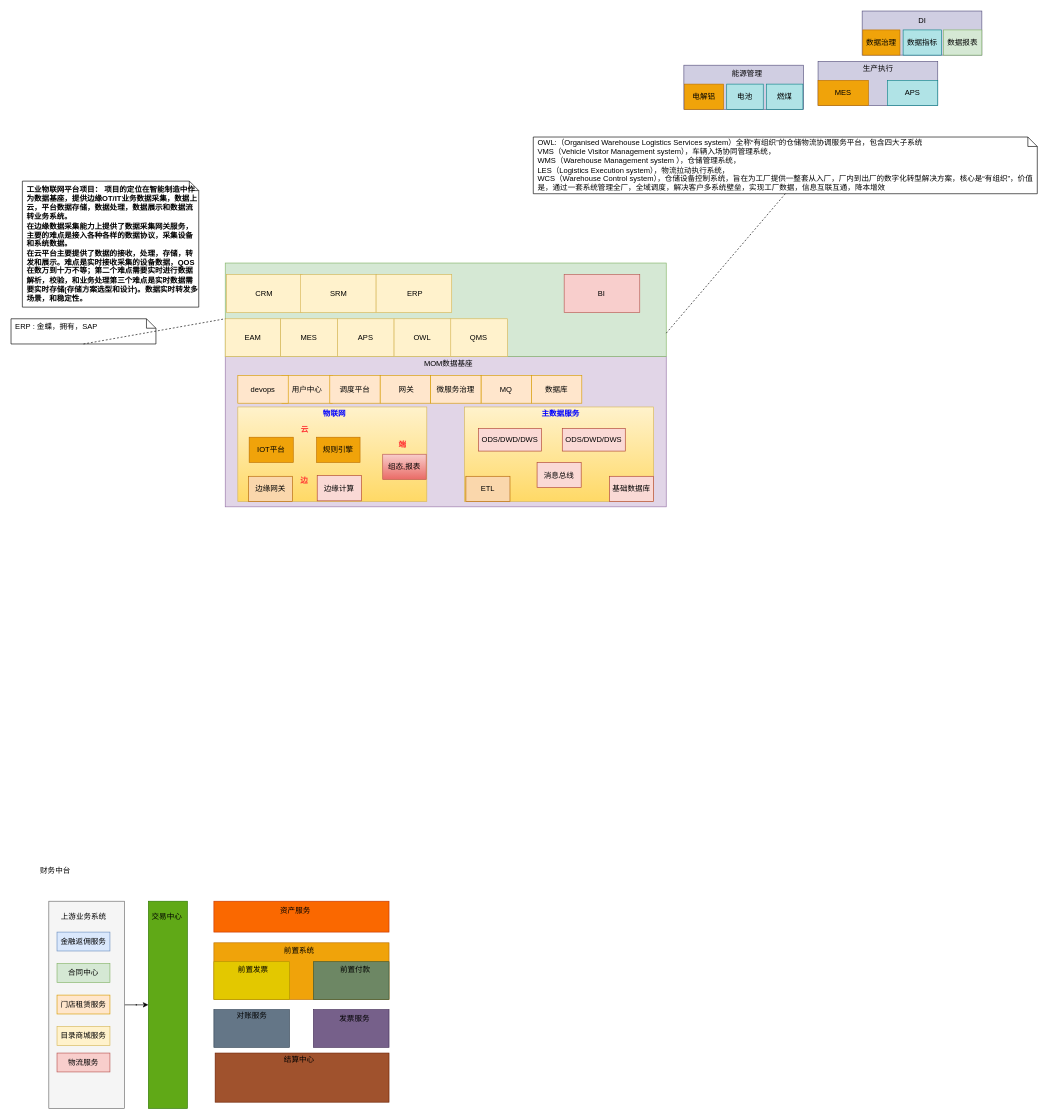
cqu20141693/draw.io keeps this draw.io diagram as 架构设计.drawio. Above is the earlier version. Source tidied: cells renumbered, new cells numbered last; positions are measured from the earlier drawing's top-left corner, leaving out a move shared by most shapes. Both pictures are drawn from the tidied source at 63%, with x=0, y=0 at pixel (11, 11).
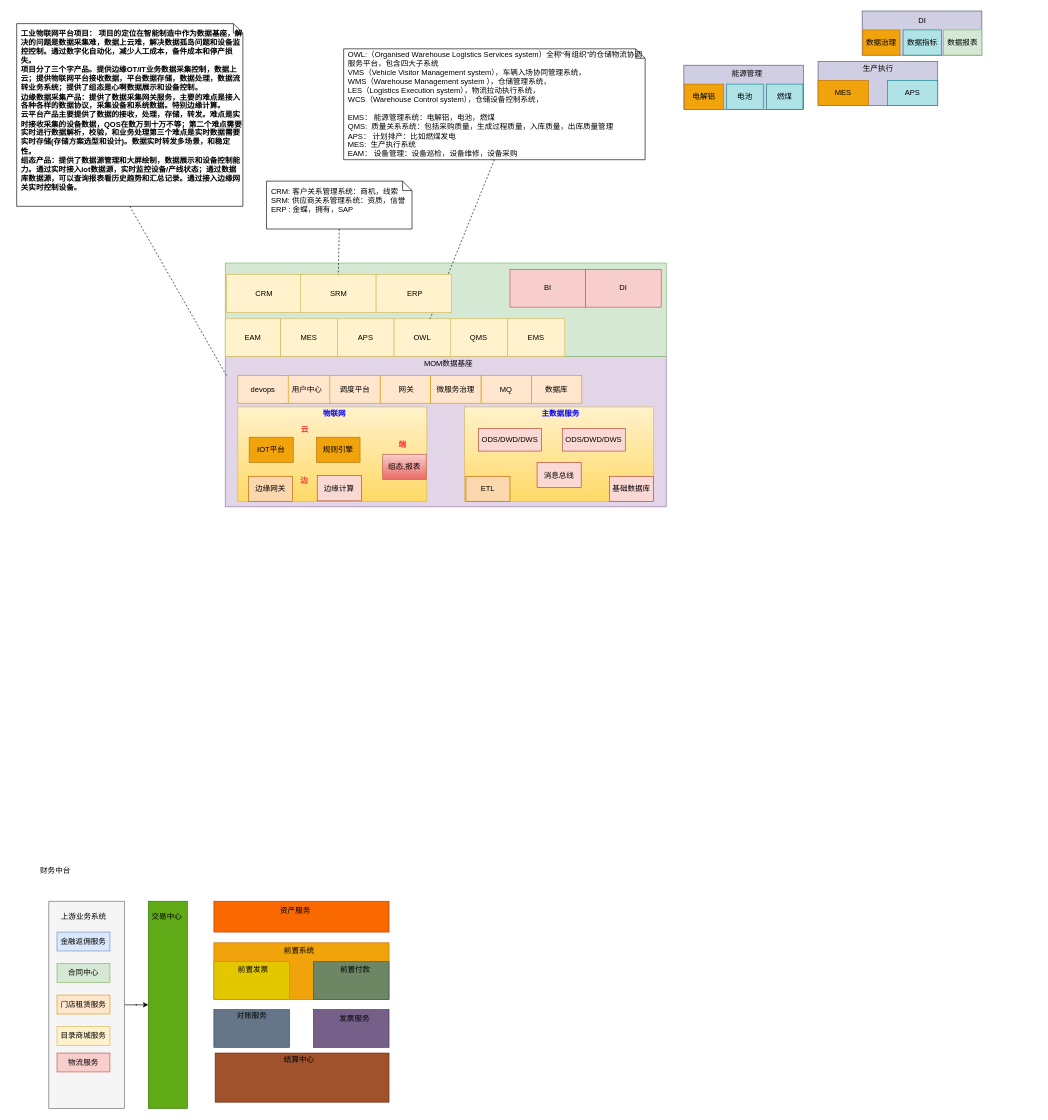
After the change.

Commit message:
更新架构设计.drawio

Unchanged cells that the change refers to:
```xml
<mxCell id="2" style="rounded=0;whiteSpace=wrap;html=1;fillColor=#e1d5e7;strokeColor=#9673a6;" parent="1" vertex="1">
  <mxGeometry x="340" y="548.5" width="700" height="238.5" as="geometry" />
</mxCell>
<mxCell id="67" style="rounded=0;whiteSpace=wrap;html=1;fillColor=#d5e8d4;strokeColor=#82b366;" parent="1" vertex="1">
  <mxGeometry x="340" y="400" width="700" height="148.5" as="geometry" />
</mxCell>
<mxCell id="68" value="&lt;span style=&quot;text-wrap: nowrap;&quot;&gt;EAM&lt;/span&gt;" style="rounded=0;whiteSpace=wrap;html=1;fillColor=#fff2cc;strokeColor=#d6b656;" parent="1" vertex="1">
  <mxGeometry x="340" y="488.5" width="88" height="60" as="geometry" />
</mxCell>
<mxCell id="72" value="&lt;span style=&quot;text-wrap: nowrap;&quot;&gt;OWL&lt;/span&gt;" style="rounded=0;whiteSpace=wrap;html=1;fillColor=#fff2cc;strokeColor=#d6b656;" parent="1" vertex="1">
  <mxGeometry x="608" y="488.5" width="90" height="60" as="geometry" />
</mxCell>
<mxCell id="76" value="SRM" style="rounded=0;whiteSpace=wrap;html=1;fillColor=#fff2cc;strokeColor=#d6b656;" parent="1" vertex="1">
  <mxGeometry x="459.5" y="418.5" width="120" height="60" as="geometry" />
</mxCell>
```

Diff of the diagram source:
```diff
@@
-    <mxCell id="73" value="OWL:（Organised Warehouse Logistics Services system）全称“有组织”的仓储物流协调服务平台，包含四大子系统&#10;VMS（Vehicle Visitor Management system），车辆入场协同管理系统，&#10;WMS（Warehouse Management system ），仓储管理系统，&#10;LES（Logistics Execution system），物流拉动执行系统，&#10;WCS（Warehouse Control system），仓储设备控制系统，旨在为工厂提供一整套从入厂，厂内到出厂的数字化转型解决方案，核心是“有组织”，价值是，通过一套系统管理全厂，全域调度，解决客户多系统壁垒，实现工厂数据，信息互联互通，降本增效" style="shape=note;size=15;spacingLeft=5;align=left;whiteSpace=wrap;" parent="1" vertex="1">
-      <mxGeometry x="829" y="200" width="800" height="90" as="geometry" />
+    <mxCell id="73" value="OWL:（Organised Warehouse Logistics Services system）全称“有组织”的仓储物流协调服务平台，包含四大子系统&#10;VMS（Vehicle Visitor Management system），车辆入场协同管理系统，&#10;WMS（Warehouse Management system ），仓储管理系统，&#10;LES（Logistics Execution system），物流拉动执行系统，&#10;WCS（Warehouse Control system），仓储设备控制系统，&#10;&#10;EMS： 能源管理系统：电解铝，电池，燃煤&#10;QMS:  质量关系系统：包括采购质量，生成过程质量，入库质量，出库质量管理&#10;APS： 计划排产：比如燃煤发电&#10;MES:  生产执行系统&#10;EAM： 设备管理：设备巡检，设备维修，设备采购" style="shape=note;size=15;spacingLeft=5;align=left;whiteSpace=wrap;" parent="1" vertex="1">
+      <mxGeometry x="528" y="60" width="478.5" height="176" as="geometry" />
     </mxCell>
-    <mxCell id="74" style="edgeStyle=none;html=1;endArrow=none;rounded=0;labelBackgroundColor=none;dashed=1;exitX=0.5;exitY=1;entryX=1;entryY=0.75;entryDx=0;entryDy=0;exitDx=0;exitDy=0;exitPerimeter=0;" parent="1" edge="1" source="73" target="67">
+    <mxCell id="74" style="edgeStyle=none;html=1;endArrow=none;rounded=0;labelBackgroundColor=none;dashed=1;exitX=0.5;exitY=1;exitDx=0;exitDy=0;exitPerimeter=0;" parent="1" edge="1" source="73" target="72">
       <mxGeometry relative="1" as="geometry" />
     </mxCell>
@@
-    <mxCell id="79" value="工业物联网平台项目： 项目的定位在智能制造中作为数据基座，提供边缘OT/IT业务数据采集，数据上云，平台数据存储，数据处理，数据展示和数据流转业务系统。&#10;在边缘数据采集能力上提供了数据采集网关服务，主要的难点是接入各种各样的数据协议，采集设备和系统数据。&#10;在云平台主要提供了数据的接收，处理，存储，转发和展示。难点是实时接收采集的设备数据，QOS在数万到十万不等；第二个难点需要实时进行数据解析，校验，和业务处理第三个难点是实时数据需要实时存储(存储方案选型和设计)。数据实时转发多场景，和稳定性。" style="shape=note;size=15;spacingLeft=5;align=left;whiteSpace=wrap;fontStyle=1;" parent="1" vertex="1">
-      <mxGeometry x="18" y="270" width="280" height="200" as="geometry" />
+    <mxCell id="79" value="工业物联网平台项目： 项目的定位在智能制造中作为数据基座，解决的问题是数据采集难，数据上云难，解决数据孤岛问题和设备监控控制。通过数字化自动化，减少人工成本，备件成本和停产损失。&#10;项目分了三个字产品。提供边缘OT/IT业务数据采集控制，数据上云；提供物联网平台接收数据，平台数据存储，数据处理，数据流转业务系统；提供了组态是心啊数据展示和设备控制。&#10;边缘数据采集产品：提供了数据采集网关服务，主要的难点是接入各种各样的数据协议，采集设备和系统数据。特别边缘计算。&#10;云平台产品主要提供了数据的接收，处理，存储，转发。难点是实时接收采集的设备数据，QOS在数万到十万不等；第二个难点需要实时进行数据解析，校验，和业务处理第三个难点是实时数据需要实时存储(存储方案选型和设计)。数据实时转发多场景，和稳定性。&#10;组态产品：提供了数据源管理和大屏绘制，数据展示和设备控制能力。通过实时接入iot数据源，实时监控设备/产线状态；通过数据库数据源，可以查询报表看历史趋势和汇总记录。通过接入边缘网关实时控制设备。&#10;" style="shape=note;size=15;spacingLeft=5;align=left;whiteSpace=wrap;fontStyle=1;" parent="1" vertex="1">
+      <mxGeometry x="9" y="20" width="359" height="290" as="geometry" />
     </mxCell>
-    <mxCell id="80" value="ERP : 金蝶，拥有，SAP&#10;" style="shape=note;size=15;spacingLeft=5;align=left;whiteSpace=wrap;" parent="1" vertex="1">
-      <mxGeometry y="488.5" width="230" height="40" as="geometry" />
+    <mxCell id="80" value="CRM: 客户关系管理系统：商机，线索&#10;SRM: 供应商关系管理系统：资质，信誉&#10;ERP : 金蝶，拥有，SAP&#10;" style="shape=note;size=15;spacingLeft=5;align=left;whiteSpace=wrap;" parent="1" vertex="1">
+      <mxGeometry x="405.5" y="270" width="231" height="76" as="geometry" />
     </mxCell>
-    <mxCell id="81" style="edgeStyle=none;html=1;endArrow=none;rounded=0;labelBackgroundColor=none;dashed=1;exitX=0.5;exitY=1;entryX=0;entryY=0;entryDx=0;entryDy=0;" parent="1" edge="1" source="80" target="68">
+    <mxCell id="81" style="edgeStyle=none;html=1;endArrow=none;rounded=0;labelBackgroundColor=none;dashed=1;exitX=0.5;exitY=1;entryX=0.5;entryY=0;entryDx=0;entryDy=0;" parent="1" edge="1" source="80" target="76">
       <mxGeometry relative="1" as="geometry" />
     </mxCell>
-    <mxCell id="82" style="rounded=0;whiteSpace=wrap;html=1;fillColor=#f8cecc;strokeColor=#b85450;" parent="1" vertex="1">
-      <mxGeometry x="878" y="418.5" width="120" height="60" as="geometry" />
+    <mxCell id="82" value="BI" style="rounded=0;whiteSpace=wrap;html=1;fillColor=#f8cecc;strokeColor=#b85450;" parent="1" vertex="1">
+      <mxGeometry x="792" y="410" width="120" height="60" as="geometry" />
     </mxCell>
-    <mxCell id="83" value="BI" style="text;html=1;align=center;verticalAlign=middle;strokeColor=none;fillColor=none;" parent="1" vertex="1">
-      <mxGeometry x="922" y="433.5" width="30" height="30" as="geometry" />
-    </mxCell>
+    <mxCell id="84" value="&lt;span style=&quot;text-wrap: nowrap;&quot;&gt;EMS&lt;/span&gt;" style="rounded=0;whiteSpace=wrap;html=1;fillColor=#fff2cc;strokeColor=#d6b656;" parent="1" vertex="1">
+      <mxGeometry x="788" y="488.5" width="91" height="60" as="geometry" />
+    </mxCell>
+    <mxCell id="85" style="edgeStyle=none;html=1;endArrow=none;rounded=0;labelBackgroundColor=none;dashed=1;exitX=0.5;exitY=1;entryX=0.005;entryY=0.137;entryDx=0;entryDy=0;exitDx=0;exitDy=0;exitPerimeter=0;entryPerimeter=0;" parent="1" edge="1" source="79" target="2">
+      <mxGeometry relative="1" as="geometry" />
+    </mxCell>
+    <mxCell id="86" value="DI" style="rounded=0;whiteSpace=wrap;html=1;fillColor=#f8cecc;strokeColor=#b85450;" parent="1" vertex="1">
+      <mxGeometry x="912" y="410" width="120" height="60" as="geometry" />
+    </mxCell>
```
